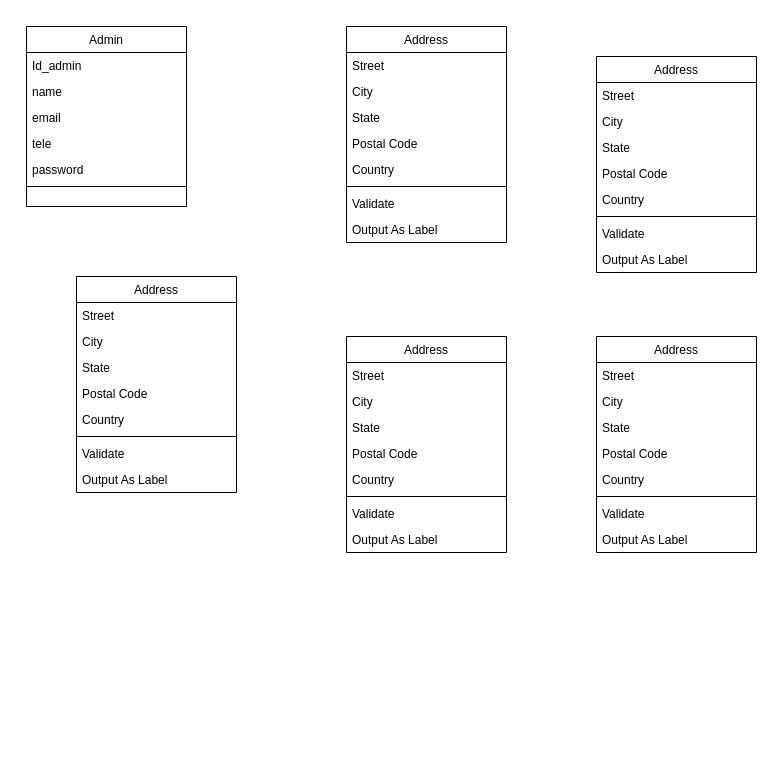
This is Untitled Diagram.drawio from soukrat/diagram-yana, a draw.io file, before an edit. Source tidied: cells renumbered, new cells numbered last; positions are measured from the earlier drawing's top-left corner, leaving out a move shared by most shapes. Both pictures are drawn from the tidied source at 100%, with x=0, y=0 at pixel (26, 26).
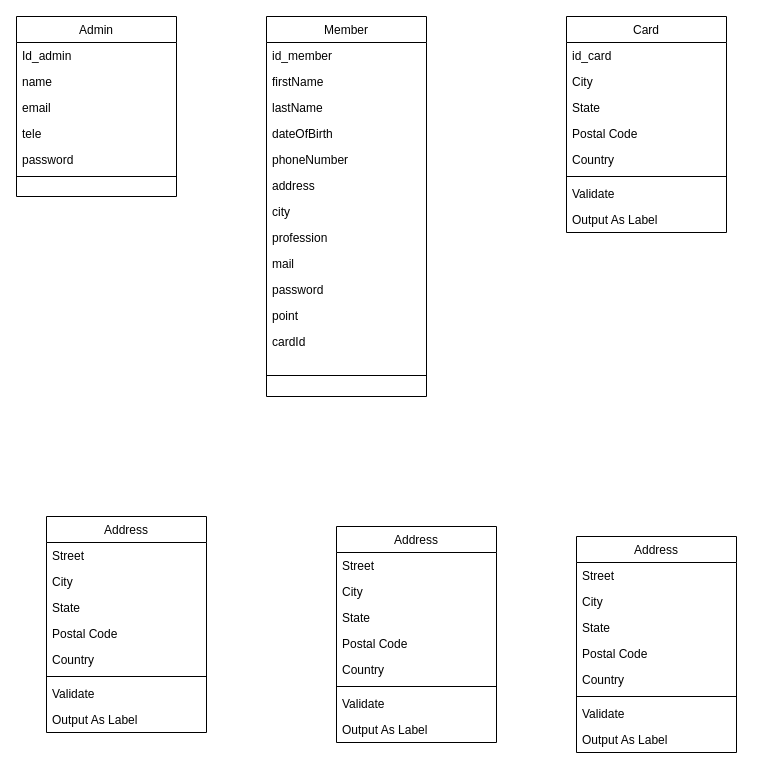
After the change.

What changed in the source:
```diff
@@
     <mxCell id="2" value="Admin" style="swimlane;fontStyle=0;align=center;verticalAlign=top;horizontal=1;startSize=26;rounded=0;shadow=0;strokeWidth=1;" parent="1" vertex="1">
-      <mxGeometry width="160" height="180" as="geometry" />
+      <mxGeometry x="-10" y="-10" width="160" height="180" as="geometry" />
     </mxCell>
@@
-    <mxCell id="9" value="Address" style="swimlane;fontStyle=0;align=center;verticalAlign=top;horizontal=1;startSize=26;rounded=0;shadow=0;strokeWidth=1;" parent="1" vertex="1">
-      <mxGeometry x="320" width="160" height="216" as="geometry" />
+    <mxCell id="9" value="Member" style="swimlane;fontStyle=0;align=center;verticalAlign=top;horizontal=1;startSize=26;rounded=0;shadow=0;strokeWidth=1;" parent="1" vertex="1">
+      <mxGeometry x="240" y="-10" width="160" height="380" as="geometry" />
     </mxCell>
-    <mxCell id="10" value="Street" style="text;align=left;verticalAlign=top;spacingLeft=4;spacingRight=4;overflow=hidden;" parent="9" vertex="1">
+    <mxCell id="10" value="id_member" style="text;align=left;verticalAlign=top;spacingLeft=4;spacingRight=4;overflow=hidden;" parent="9" vertex="1">
       <mxGeometry y="26" width="160" height="26" as="geometry" />
     </mxCell>
-    <mxCell id="11" value="City" style="text;align=left;verticalAlign=top;spacingLeft=4;spacingRight=4;overflow=hidden;rounded=0;shadow=0;html=0;" parent="9" vertex="1">
+    <mxCell id="11" value="firstName" style="text;align=left;verticalAlign=top;spacingLeft=4;spacingRight=4;overflow=hidden;rounded=0;shadow=0;html=0;" parent="9" vertex="1">
       <mxGeometry y="52" width="160" height="26" as="geometry" />
     </mxCell>
-    <mxCell id="12" value="State" style="text;align=left;verticalAlign=top;spacingLeft=4;spacingRight=4;overflow=hidden;rounded=0;shadow=0;html=0;" parent="9" vertex="1">
+    <mxCell id="12" value="lastName" style="text;align=left;verticalAlign=top;spacingLeft=4;spacingRight=4;overflow=hidden;rounded=0;shadow=0;html=0;" parent="9" vertex="1">
       <mxGeometry y="78" width="160" height="26" as="geometry" />
     </mxCell>
-    <mxCell id="13" value="Postal Code" style="text;align=left;verticalAlign=top;spacingLeft=4;spacingRight=4;overflow=hidden;rounded=0;shadow=0;html=0;" parent="9" vertex="1">
+    <mxCell id="13" value="dateOfBirth" style="text;align=left;verticalAlign=top;spacingLeft=4;spacingRight=4;overflow=hidden;rounded=0;shadow=0;html=0;" parent="9" vertex="1">
       <mxGeometry y="104" width="160" height="26" as="geometry" />
     </mxCell>
-    <mxCell id="14" value="Country" style="text;align=left;verticalAlign=top;spacingLeft=4;spacingRight=4;overflow=hidden;rounded=0;shadow=0;html=0;" parent="9" vertex="1">
+    <mxCell id="14" value="phoneNumber" style="text;align=left;verticalAlign=top;spacingLeft=4;spacingRight=4;overflow=hidden;rounded=0;shadow=0;html=0;" parent="9" vertex="1">
       <mxGeometry y="130" width="160" height="26" as="geometry" />
     </mxCell>
+    <mxCell id="54" value="address" style="text;align=left;verticalAlign=top;spacingLeft=4;spacingRight=4;overflow=hidden;rounded=0;shadow=0;html=0;" parent="9" vertex="1">
+      <mxGeometry y="156" width="160" height="26" as="geometry" />
+    </mxCell>
+    <mxCell id="55" value="city" style="text;align=left;verticalAlign=top;spacingLeft=4;spacingRight=4;overflow=hidden;rounded=0;shadow=0;html=0;" parent="9" vertex="1">
+      <mxGeometry y="182" width="160" height="26" as="geometry" />
+    </mxCell>
+    <mxCell id="56" value="profession" style="text;align=left;verticalAlign=top;spacingLeft=4;spacingRight=4;overflow=hidden;rounded=0;shadow=0;html=0;" parent="9" vertex="1">
+      <mxGeometry y="208" width="160" height="26" as="geometry" />
+    </mxCell>
+    <mxCell id="57" value="mail" style="text;align=left;verticalAlign=top;spacingLeft=4;spacingRight=4;overflow=hidden;rounded=0;shadow=0;html=0;" parent="9" vertex="1">
+      <mxGeometry y="234" width="160" height="26" as="geometry" />
+    </mxCell>
+    <mxCell id="58" value="password" style="text;align=left;verticalAlign=top;spacingLeft=4;spacingRight=4;overflow=hidden;rounded=0;shadow=0;html=0;" parent="9" vertex="1">
+      <mxGeometry y="260" width="160" height="26" as="geometry" />
+    </mxCell>
+    <mxCell id="59" value="point" style="text;align=left;verticalAlign=top;spacingLeft=4;spacingRight=4;overflow=hidden;rounded=0;shadow=0;html=0;" parent="9" vertex="1">
+      <mxGeometry y="286" width="160" height="26" as="geometry" />
+    </mxCell>
+    <mxCell id="60" value="cardId" style="text;align=left;verticalAlign=top;spacingLeft=4;spacingRight=4;overflow=hidden;rounded=0;shadow=0;html=0;" parent="9" vertex="1">
+      <mxGeometry y="312" width="160" height="26" as="geometry" />
+    </mxCell>
     <mxCell id="15" style="line;html=1;strokeWidth=1;align=left;verticalAlign=middle;spacingTop=-1;spacingLeft=3;spacingRight=3;labelPosition=right;" parent="9" vertex="1">
-      <mxGeometry y="156" width="160" height="8" as="geometry" />
+      <mxGeometry y="338" width="160" height="42" as="geometry" />
     </mxCell>
-    <mxCell id="16" value="Validate" style="text;align=left;verticalAlign=top;spacingLeft=4;spacingRight=4;overflow=hidden;" parent="9" vertex="1">
-      <mxGeometry y="164" width="160" height="26" as="geometry" />
-    </mxCell>
-    <mxCell id="17" value="Output As Label" style="text;align=left;verticalAlign=top;spacingLeft=4;spacingRight=4;overflow=hidden;" parent="9" vertex="1">
-      <mxGeometry y="190" width="160" height="26" as="geometry" />
-    </mxCell>
-    <mxCell id="18" value="Address" style="swimlane;fontStyle=0;align=center;verticalAlign=top;horizontal=1;startSize=26;rounded=0;shadow=0;strokeWidth=1;" parent="1" vertex="1">
-      <mxGeometry x="570" y="30" width="160" height="216" as="geometry" />
+    <mxCell id="18" value="Card" style="swimlane;fontStyle=0;align=center;verticalAlign=top;horizontal=1;startSize=26;rounded=0;shadow=0;strokeWidth=1;" parent="1" vertex="1">
+      <mxGeometry x="540" y="-10" width="160" height="216" as="geometry" />
     </mxCell>
-    <mxCell id="19" value="Street" style="text;align=left;verticalAlign=top;spacingLeft=4;spacingRight=4;overflow=hidden;" parent="18" vertex="1">
+    <mxCell id="19" value="id_card" style="text;align=left;verticalAlign=top;spacingLeft=4;spacingRight=4;overflow=hidden;" parent="18" vertex="1">
       <mxGeometry y="26" width="160" height="26" as="geometry" />
     </mxCell>
@@
     <mxCell id="27" value="Address" style="swimlane;fontStyle=0;align=center;verticalAlign=top;horizontal=1;startSize=26;rounded=0;shadow=0;strokeWidth=1;" parent="1" vertex="1">
-      <mxGeometry x="50" y="250" width="160" height="216" as="geometry" />
+      <mxGeometry x="20" y="490" width="160" height="216" as="geometry" />
     </mxCell>
@@
     <mxCell id="36" value="Address" style="swimlane;fontStyle=0;align=center;verticalAlign=top;horizontal=1;startSize=26;rounded=0;shadow=0;strokeWidth=1;" parent="1" vertex="1">
-      <mxGeometry x="320" y="310" width="160" height="216" as="geometry" />
+      <mxGeometry x="310" y="500" width="160" height="216" as="geometry" />
     </mxCell>
@@
     <mxCell id="45" value="Address" style="swimlane;fontStyle=0;align=center;verticalAlign=top;horizontal=1;startSize=26;rounded=0;shadow=0;strokeWidth=1;" parent="1" vertex="1">
-      <mxGeometry x="570" y="310" width="160" height="216" as="geometry" />
+      <mxGeometry x="550" y="510" width="160" height="216" as="geometry" />
     </mxCell>
```
